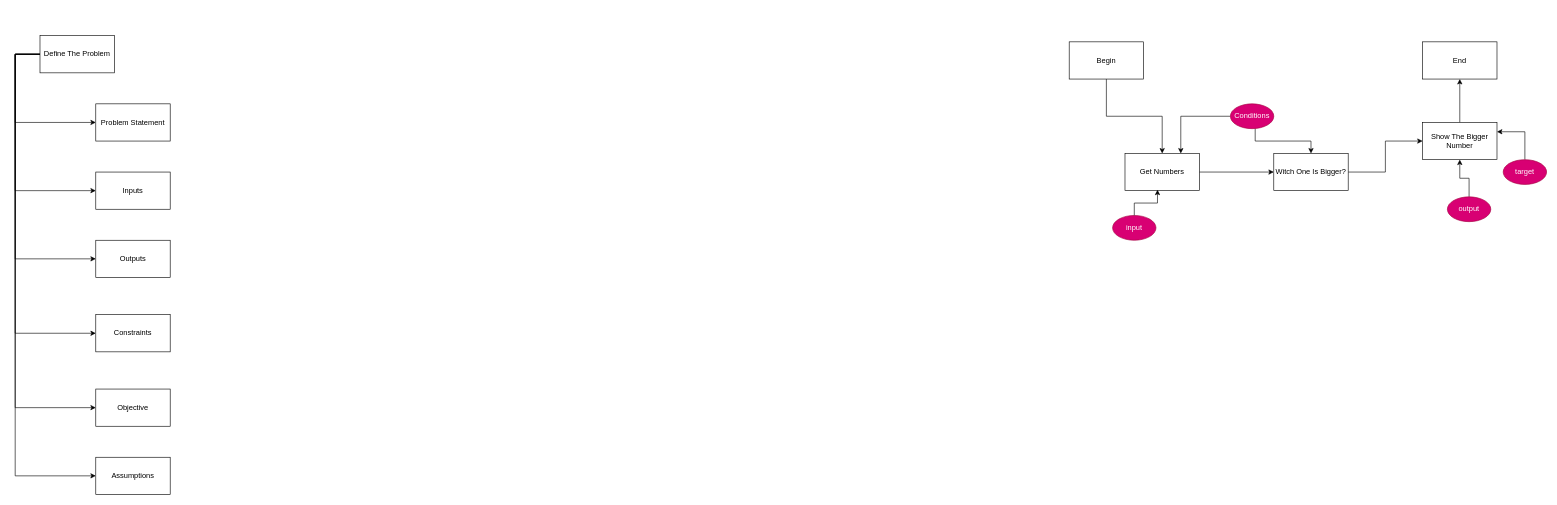
Before: Define The Problem.drawio in monfaredpersonal/Development, a draw.io diagram. Source tidied: cells renumbered, new cells numbered last; positions are measured from the earlier drawing's top-left corner, leaving out a move shared by most shapes. Both pictures are drawn from the tidied source at 62%, with x=0, y=0 at pixel (15, 35).
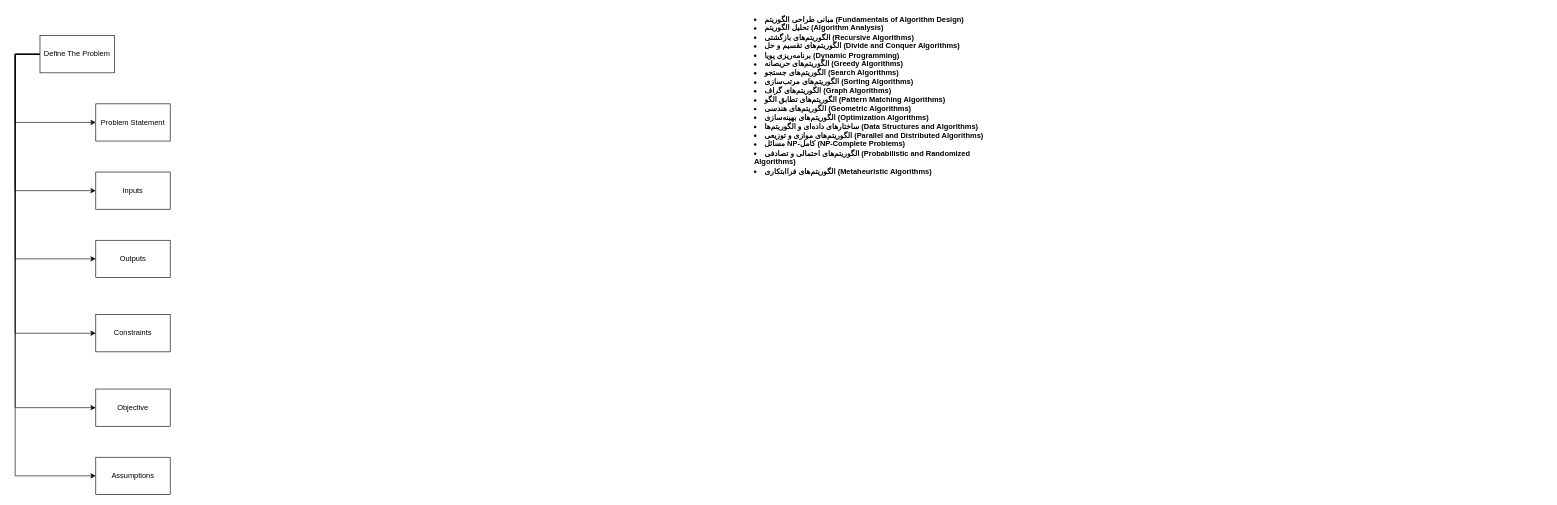
The same diagram, later.

Diff of the diagram source:
```diff
@@
-    <mxCell id="2" style="edgeStyle=orthogonalEdgeStyle;rounded=0;jettySize=auto;html=1;" parent="1" edge="1" source="3" target="6">
-      <mxGeometry relative="1" as="geometry" />
-    </mxCell>
-    <mxCell id="3" value="Begin" style="rounded=0;whiteSpace=wrap;html=1;" parent="1" vertex="1">
-      <mxGeometry x="1700" y="10" width="120" height="60" as="geometry" />
-    </mxCell>
-    <mxCell id="4" value="End" style="rounded=0;whiteSpace=wrap;html=1;" parent="1" vertex="1">
-      <mxGeometry x="2270" y="10" width="120" height="60" as="geometry" />
-    </mxCell>
-    <mxCell id="5" style="edgeStyle=orthogonalEdgeStyle;rounded=0;jettySize=auto;html=1;" parent="1" edge="1" source="6" target="8">
-      <mxGeometry relative="1" as="geometry" />
-    </mxCell>
-    <mxCell id="6" value="Get Numbers" style="rounded=0;whiteSpace=wrap;html=1;" parent="1" vertex="1">
-      <mxGeometry x="1790" y="190" width="120" height="60" as="geometry" />
-    </mxCell>
-    <mxCell id="7" style="edgeStyle=orthogonalEdgeStyle;rounded=0;jettySize=auto;html=1;" parent="1" edge="1" source="8" target="10">
-      <mxGeometry relative="1" as="geometry" />
-    </mxCell>
-    <mxCell id="8" value="Witch One Is Bigger?" style="rounded=0;whiteSpace=wrap;html=1;" parent="1" vertex="1">
-      <mxGeometry x="2030" y="190" width="120" height="60" as="geometry" />
-    </mxCell>
-    <mxCell id="9" style="edgeStyle=orthogonalEdgeStyle;rounded=0;jettySize=auto;html=1;entryX=0.5;entryY=1;entryDx=0;entryDy=0;" parent="1" edge="1" source="10" target="4">
-      <mxGeometry relative="1" as="geometry" />
-    </mxCell>
-    <mxCell id="10" value="Show The Bigger Number" style="rounded=0;whiteSpace=wrap;html=1;" parent="1" vertex="1">
-      <mxGeometry x="2270" y="140" width="120" height="60" as="geometry" />
-    </mxCell>
-    <mxCell id="11" value="input" style="ellipse;whiteSpace=wrap;html=1;fillColor=#d80073;fontColor=#ffffff;strokeColor=#A50040;" parent="1" vertex="1">
-      <mxGeometry x="1770" y="290" width="70" height="40" as="geometry" />
-    </mxCell>
-    <mxCell id="12" style="edgeStyle=orthogonalEdgeStyle;rounded=0;jettySize=auto;html=1;" parent="1" edge="1" source="13" target="10">
-      <mxGeometry relative="1" as="geometry" />
-    </mxCell>
-    <mxCell id="13" value="output" style="ellipse;whiteSpace=wrap;html=1;fillColor=#d80073;fontColor=#ffffff;strokeColor=#A50040;" parent="1" vertex="1">
-      <mxGeometry x="2310" y="260" width="70" height="40" as="geometry" />
-    </mxCell>
-    <mxCell id="14" style="edgeStyle=orthogonalEdgeStyle;rounded=0;jettySize=auto;html=1;entryX=0.437;entryY=0.976;entryDx=0;entryDy=0;entryPerimeter=0;" parent="1" edge="1" source="11" target="6">
-      <mxGeometry relative="1" as="geometry" />
-    </mxCell>
-    <mxCell id="15" style="edgeStyle=orthogonalEdgeStyle;rounded=0;jettySize=auto;html=1;entryX=0.75;entryY=0;entryDx=0;entryDy=0;" parent="1" edge="1" source="17" target="6">
-      <mxGeometry relative="1" as="geometry" />
-    </mxCell>
-    <mxCell id="16" style="edgeStyle=orthogonalEdgeStyle;rounded=0;jettySize=auto;html=1;" parent="1" edge="1" source="17" target="8">
-      <mxGeometry relative="1" as="geometry">
-        <Array as="points">
-          <mxPoint x="2000" y="170" />
-          <mxPoint x="2090" y="170" />
-        </Array>
-      </mxGeometry>
-    </mxCell>
-    <mxCell id="17" value="Conditions" style="ellipse;whiteSpace=wrap;html=1;fillColor=#d80073;fontColor=#ffffff;strokeColor=#A50040;" parent="1" vertex="1">
-      <mxGeometry x="1960" y="110" width="70" height="40" as="geometry" />
-    </mxCell>
-    <mxCell id="18" style="edgeStyle=orthogonalEdgeStyle;rounded=0;jettySize=auto;html=1;entryX=1;entryY=0.25;entryDx=0;entryDy=0;" parent="1" edge="1" source="19" target="10">
-      <mxGeometry relative="1" as="geometry">
-        <Array as="points">
-          <mxPoint x="2435" y="155" />
-        </Array>
-      </mxGeometry>
-    </mxCell>
-    <mxCell id="19" value="target" style="ellipse;whiteSpace=wrap;html=1;fillColor=#d80073;fontColor=#ffffff;strokeColor=#A50040;" parent="1" vertex="1">
-      <mxGeometry x="2400" y="200" width="70" height="40" as="geometry" />
-    </mxCell>
@@
+    <mxCell id="33" value="&lt;li&gt;&lt;strong&gt;مبانی طراحی الگوریتم (Fundamentals of Algorithm Design)&lt;/strong&gt;&lt;/li&gt;&lt;li&gt;&lt;strong&gt;تحلیل الگوریتم (Algorithm Analysis)&lt;/strong&gt;&lt;/li&gt;&lt;li&gt;&lt;strong&gt;الگوریتم‌های بازگشتی (Recursive Algorithms)&lt;/strong&gt;&lt;/li&gt;&lt;li&gt;&lt;strong&gt;الگوریتم‌های تقسیم و حل (Divide and Conquer Algorithms)&lt;/strong&gt;&lt;/li&gt;&lt;li&gt;&lt;strong&gt;برنامه‌ریزی پویا (Dynamic Programming)&lt;/strong&gt;&lt;/li&gt;&lt;li&gt;&lt;strong&gt;الگوریتم‌های حریصانه (Greedy Algorithms)&lt;/strong&gt;&lt;/li&gt;&lt;li&gt;&lt;strong&gt;الگوریتم‌های جستجو (Search Algorithms)&lt;/strong&gt;&lt;/li&gt;&lt;li&gt;&lt;strong&gt;الگوریتم‌های مرتب‌سازی (Sorting Algorithms)&lt;/strong&gt;&lt;/li&gt;&lt;li&gt;&lt;strong&gt;الگوریتم‌های گراف (Graph Algorithms)&lt;/strong&gt;&lt;/li&gt;&lt;li&gt;&lt;strong&gt;الگوریتم‌های تطابق الگو (Pattern Matching Algorithms)&lt;/strong&gt;&lt;/li&gt;&lt;li&gt;&lt;strong&gt;الگوریتم‌های هندسی (Geometric Algorithms)&lt;/strong&gt;&lt;/li&gt;&lt;li&gt;&lt;strong&gt;الگوریتم‌های بهینه‌سازی (Optimization Algorithms)&lt;/strong&gt;&lt;/li&gt;&lt;li&gt;&lt;strong&gt;ساختارهای داده‌ای و الگوریتم‌ها (Data Structures and Algorithms)&lt;/strong&gt;&lt;/li&gt;&lt;li&gt;&lt;strong&gt;الگوریتم‌های موازی و توزیعی (Parallel and Distributed Algorithms)&lt;/strong&gt;&lt;/li&gt;&lt;li&gt;&lt;strong&gt;مسائل NP-کامل (NP-Complete Problems)&lt;/strong&gt;&lt;/li&gt;&lt;li&gt;&lt;strong&gt;الگوریتم‌های احتمالی و تصادفی (Probabilistic and Randomized Algorithms)&lt;/strong&gt;&lt;/li&gt;&lt;li&gt;&lt;strong&gt;الگوریتم‌های فراابتکاری (Metaheuristic Algorithms)&lt;/strong&gt;&lt;/li&gt;" style="text;whiteSpace=wrap;html=1;" parent="1" vertex="1">
+      <mxGeometry x="1190" y="-40" width="420" height="270" as="geometry" />
+    </mxCell>
```
